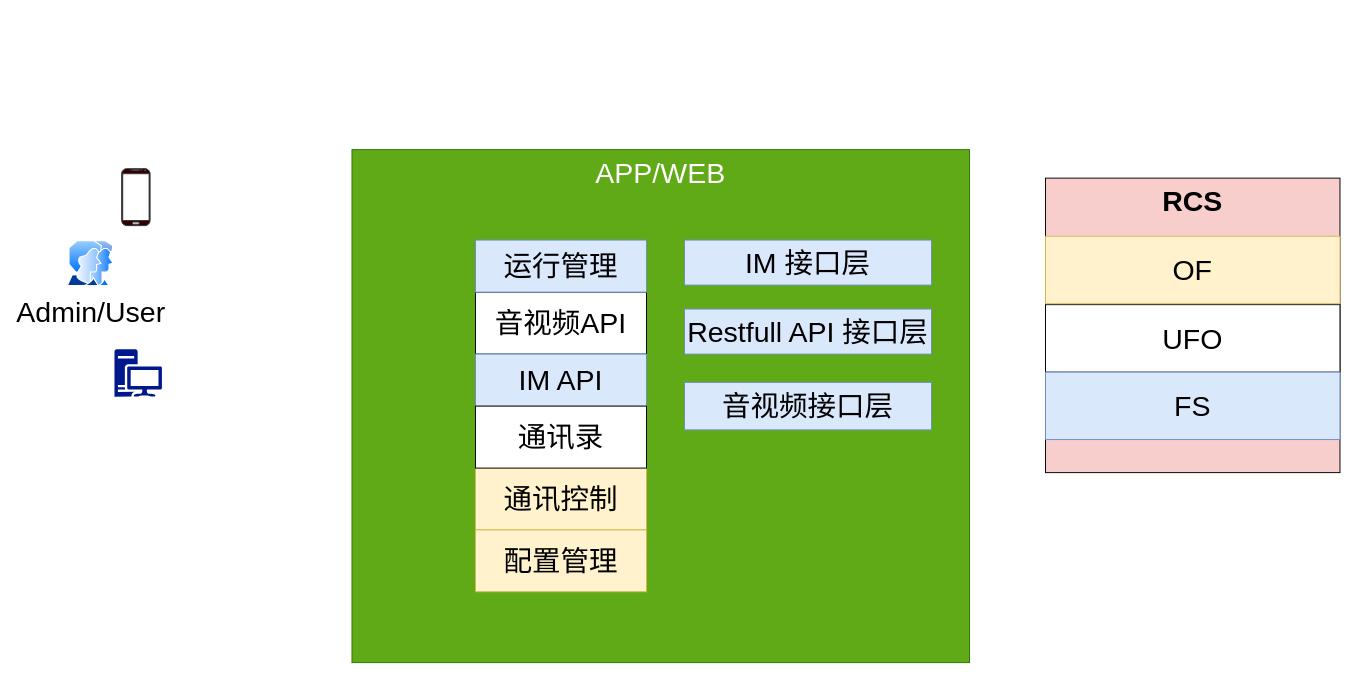
Above: 二次开发场景概述.drawio in uyuy2043/yy (draw.io), before the change. Source tidied: cells renumbered, new cells numbered last; positions are measured from the earlier drawing's top-left corner, leaving out a move shared by most shapes. Both pictures are drawn from the tidied source at 95%, with x=0, y=0 at pixel (66, 149).
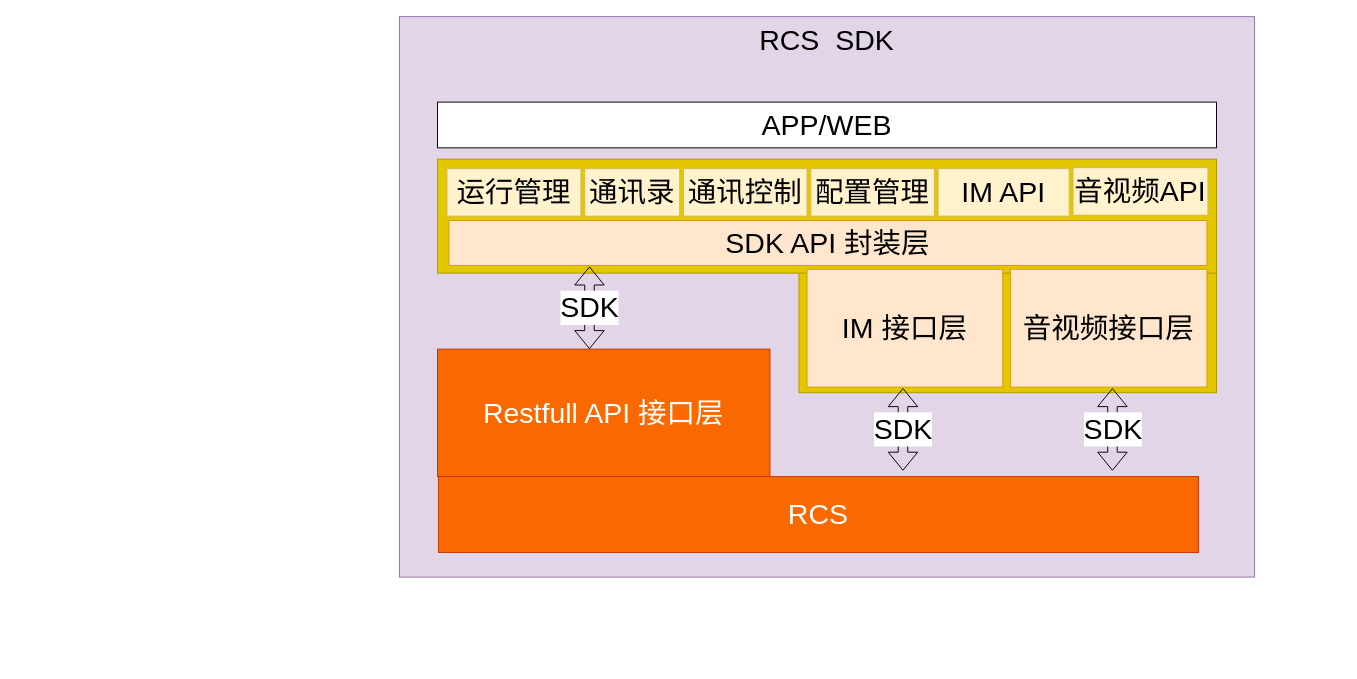
The same diagram, later.

Commit message:
更新二次开发场景概述.drawio

Change to the diagram source:
```diff
@@
-    <mxCell id="2" value="APP/WEB" style="group;fillColor=#60a917;strokeColor=#2D7600;fontColor=#ffffff;fontSize=30;" parent="1" vertex="1">
-      <mxGeometry x="300" width="650" height="540" as="geometry" />
+    <mxCell id="2" value="RCS  SDK" style="group;fontSize=30;fillColor=#e1d5e7;strokeColor=#9673a6;" parent="1" vertex="1">
+      <mxGeometry x="350" y="-140" width="900" height="590" as="geometry" />
     </mxCell>
-    <mxCell id="3" style="group;" parent="1" vertex="1">
-      <mxGeometry x="1030" y="30" width="310" height="310" as="geometry" />
-    </mxCell>
-    <mxCell id="4" value="RCS" style="whiteSpace=wrap;html=1;rounded=0;fillColor=#F8CECC;fontSize=30;align=center;fontStyle=1;verticalAlign=top;" parent="3" vertex="1">
-      <mxGeometry width="310" height="310" as="geometry" />
-    </mxCell>
-    <mxCell id="5" value="UFO" style="rounded=0;whiteSpace=wrap;html=1;fontSize=30;align=center;" parent="3" vertex="1">
-      <mxGeometry y="133.2" width="310" height="71" as="geometry" />
-    </mxCell>
-    <mxCell id="6" value="FS" style="rounded=0;whiteSpace=wrap;html=1;fillColor=#dae8fc;fontSize=30;align=center;strokeColor=#6c8ebf;" parent="3" vertex="1">
-      <mxGeometry y="204.2" width="310" height="71" as="geometry" />
-    </mxCell>
-    <mxCell id="7" value="OF" style="rounded=0;whiteSpace=wrap;html=1;fillColor=#fff2cc;fontSize=30;align=center;strokeColor=#d6b656;" parent="3" vertex="1">
-      <mxGeometry y="61.2" width="310" height="71" as="geometry" />
-    </mxCell>
-    <mxCell id="8" style="verticalLabelPosition=bottom;verticalAlign=top;html=1;shadow=0;dashed=0;strokeWidth=1;shape=mxgraph.android.phone2;strokeColor=#36393d;fillColor=#330000;" parent="1" vertex="1">
-      <mxGeometry x="57.5" y="20" width="30" height="60" as="geometry" />
-    </mxCell>
-    <mxCell id="9" value="Admin/User" style="perimeter=ellipsePerimeter;html=1;align=center;shadow=0;dashed=0;spacingTop=3;image;image=img/lib/active_directory/user_accounts.svg;fillColor=#330000;fontSize=30;" parent="1" vertex="1">
-      <mxGeometry y="95.8" width="50" height="48.5" as="geometry" />
-    </mxCell>
-    <mxCell id="10" style="shadow=0;dashed=0;html=1;strokeColor=none;labelPosition=center;verticalLabelPosition=bottom;verticalAlign=top;align=center;fillColor=#00188D;shape=mxgraph.mscae.enterprise.workstation_client;rounded=0;fontSize=30;" parent="1" vertex="1">
-      <mxGeometry x="50" y="210" width="50" height="50" as="geometry" />
-    </mxCell>
+    <mxCell id="20" style="rounded=0;whiteSpace=wrap;html=1;fillColor=#e3c800;fontSize=30;align=center;strokeColor=#B09500;fontColor=#ffffff;" parent="1" vertex="1">
+      <mxGeometry x="770.5" y="125.9" width="439.5" height="130" as="geometry" />
+    </mxCell>
+    <mxCell id="21" style="rounded=0;whiteSpace=wrap;html=1;fillColor=#e3c800;fontSize=30;align=center;strokeColor=#B09500;fontColor=#ffffff;" parent="1" vertex="1">
+      <mxGeometry x="390" y="10" width="820" height="120" as="geometry" />
+    </mxCell>
-    <mxCell id="11" value="音视频API" style="rounded=0;whiteSpace=wrap;html=1;fontSize=30;align=center;" parent="1" vertex="1">
-      <mxGeometry x="430" y="150" width="180" height="65.2" as="geometry" />
+    <mxCell id="11" value="音视频API" style="rounded=0;whiteSpace=wrap;html=1;fontSize=30;align=center;fillColor=#fff2cc;strokeColor=#d6b656;" parent="1" vertex="1">
+      <mxGeometry x="1059" y="19" width="142" height="50" as="geometry" />
     </mxCell>
-    <mxCell id="12" value="IM API" style="rounded=0;whiteSpace=wrap;html=1;fillColor=#dae8fc;fontSize=30;align=center;strokeColor=#6c8ebf;" parent="1" vertex="1">
-      <mxGeometry x="430" y="215.2" width="180" height="54.8" as="geometry" />
+    <mxCell id="12" value="IM API" style="rounded=0;whiteSpace=wrap;html=1;fillColor=#fff2cc;fontSize=30;align=center;strokeColor=#d6b656;" parent="1" vertex="1">
+      <mxGeometry x="917" y="20" width="138" height="50" as="geometry" />
     </mxCell>
     <mxCell id="13" value="通讯控制" style="rounded=0;whiteSpace=wrap;html=1;fillColor=#fff2cc;fontSize=30;align=center;strokeColor=#d6b656;" parent="1" vertex="1">
-      <mxGeometry x="430" y="335.2" width="180" height="65.1" as="geometry" />
+      <mxGeometry x="649" y="20" width="130" height="50" as="geometry" />
     </mxCell>
-    <mxCell id="14" value="运行管理" style="rounded=0;whiteSpace=wrap;html=1;fillColor=#dae8fc;fontSize=30;align=center;strokeColor=#6c8ebf;" parent="1" vertex="1">
-      <mxGeometry x="430" y="95.2" width="180" height="54.8" as="geometry" />
+    <mxCell id="14" value="运行管理" style="rounded=0;whiteSpace=wrap;html=1;fillColor=#fff2cc;fontSize=30;align=center;strokeColor=#d6b656;" parent="1" vertex="1">
+      <mxGeometry x="400" y="20" width="141" height="50" as="geometry" />
     </mxCell>
-    <mxCell id="15" value="通讯录" style="rounded=0;whiteSpace=wrap;html=1;fontSize=30;align=center;" parent="1" vertex="1">
-      <mxGeometry x="430" y="270" width="180" height="65.2" as="geometry" />
+    <mxCell id="15" value="通讯录" style="rounded=0;whiteSpace=wrap;html=1;fontSize=30;align=center;fillColor=#fff2cc;strokeColor=#d6b656;" parent="1" vertex="1">
+      <mxGeometry x="545" y="20" width="100" height="50" as="geometry" />
     </mxCell>
-    <mxCell id="16" value="配置管理" style="rounded=0;whiteSpace=wrap;html=1;fillColor=#fff2cc;fontSize=30;align=center;strokeColor=#d6b656;" parent="1" vertex="1">
-      <mxGeometry x="430" y="400.3" width="180" height="65.1" as="geometry" />
-    </mxCell>
-    <mxCell id="17" value="Restfull API 接口层" style="rounded=0;whiteSpace=wrap;html=1;fillColor=#dae8fc;fontSize=30;align=center;strokeColor=#6c8ebf;" parent="1" vertex="1">
-      <mxGeometry x="650" y="167.8" width="260" height="47.4" as="geometry" />
-    </mxCell>
-    <mxCell id="18" value="音视频接口层" style="rounded=0;whiteSpace=wrap;html=1;fillColor=#dae8fc;fontSize=30;align=center;strokeColor=#6c8ebf;" parent="1" vertex="1">
-      <mxGeometry x="650" y="245" width="260" height="50" as="geometry" />
+    <mxCell id="18" value="音视频接口层" style="rounded=0;whiteSpace=wrap;html=1;fillColor=#ffe6cc;fontSize=30;align=center;strokeColor=#d79b00;" parent="1" vertex="1">
+      <mxGeometry x="993" y="125.9" width="207" height="124.1" as="geometry" />
     </mxCell>
-    <mxCell id="19" value="IM 接口层" style="rounded=0;whiteSpace=wrap;html=1;fillColor=#dae8fc;fontSize=30;align=center;strokeColor=#6c8ebf;" parent="1" vertex="1">
-      <mxGeometry x="650" y="95.2" width="260" height="47.4" as="geometry" />
+    <mxCell id="19" value="IM 接口层" style="rounded=0;whiteSpace=wrap;html=1;fillColor=#ffe6cc;fontSize=30;align=center;strokeColor=#d79b00;" parent="1" vertex="1">
+      <mxGeometry x="779" y="125.9" width="206" height="124.1" as="geometry" />
     </mxCell>
+    <mxCell id="22" value="APP/WEB" style="rounded=0;whiteSpace=wrap;html=1;fontSize=30;align=center;" parent="1" vertex="1">
+      <mxGeometry x="390" y="-50" width="820" height="48.1" as="geometry" />
+    </mxCell>
+    <mxCell id="17" value="SDK API 封装层" style="rounded=0;whiteSpace=wrap;html=1;fillColor=#ffe6cc;fontSize=30;align=center;strokeColor=#d79b00;" parent="1" vertex="1">
+      <mxGeometry x="402" y="74.6" width="798" height="47.4" as="geometry" />
+    </mxCell>
+    <mxCell id="16" value="配置管理" style="rounded=0;whiteSpace=wrap;html=1;fillColor=#fff2cc;fontSize=30;align=center;strokeColor=#d6b656;" parent="1" vertex="1">
+      <mxGeometry x="783" y="20" width="130" height="50" as="geometry" />
+    </mxCell>
+    <mxCell id="23" style="group;glass=0;rounded=0;shadow=0;" parent="1" vertex="1">
+      <mxGeometry x="390" y="290" width="801" height="134.1" as="geometry" />
+    </mxCell>
+    <mxCell id="24" value="Restfull API 接口层" style="rounded=0;whiteSpace=wrap;html=1;fontSize=30;align=center;fillColor=#fa6800;strokeColor=#C73500;fontColor=#ffffff;comic=0;" parent="23" vertex="1">
+      <mxGeometry y="-80" width="350" height="134.1" as="geometry" />
+    </mxCell>
+    <mxCell id="4" value="RCS" style="rounded=0;whiteSpace=wrap;html=1;fontSize=30;align=center;fillColor=#fa6800;strokeColor=#C73500;fontColor=#ffffff;glass=0;shadow=0;" parent="23" vertex="1">
+      <mxGeometry x="1" y="54.1" width="800" height="80" as="geometry" />
+    </mxCell>
+    <mxCell id="25" value="SDK" style="shape=flexArrow;endArrow=classic;startArrow=classic;html=1;fontSize=30;" parent="1" edge="1">
+      <mxGeometry relative="1" as="geometry">
+        <mxPoint x="550" y="210" as="sourcePoint" />
+        <mxPoint x="550" y="123" as="targetPoint" />
+      </mxGeometry>
+    </mxCell>
+    <mxCell id="26" value="SDK" style="shape=flexArrow;endArrow=classic;startArrow=classic;html=1;fontSize=30;" parent="1" edge="1">
+      <mxGeometry relative="1" as="geometry">
+        <mxPoint x="880" y="338" as="sourcePoint" />
+        <mxPoint x="880" y="251" as="targetPoint" />
+      </mxGeometry>
+    </mxCell>
+    <mxCell id="27" value="SDK" style="shape=flexArrow;endArrow=classic;startArrow=classic;html=1;fontSize=30;" parent="1" edge="1">
+      <mxGeometry relative="1" as="geometry">
+        <mxPoint x="1100.5" y="338" as="sourcePoint" />
+        <mxPoint x="1100.5" y="251" as="targetPoint" />
+      </mxGeometry>
+    </mxCell>
```
